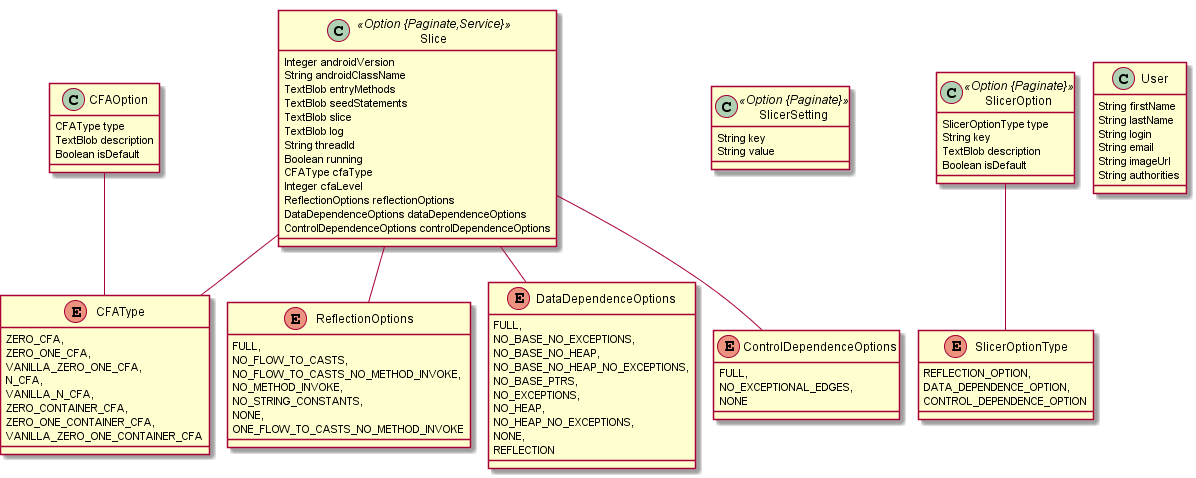
Before: AndroidSlicer.png, a diagram exported from PlantUML (BitFlipp3r/AndroidSlicer).
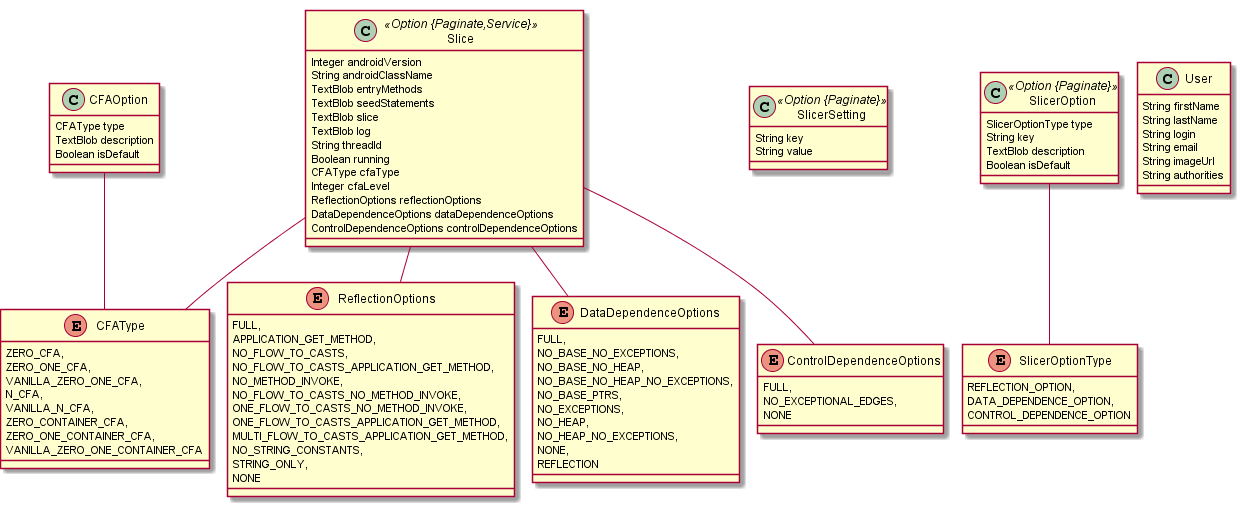
After the change.

Diff of the diagram source:
```diff
@@ -54,12 +54,17 @@
 	}
 	enum ReflectionOptions {
 		FULL,
+		APPLICATION_GET_METHOD,
 		NO_FLOW_TO_CASTS,
+		NO_FLOW_TO_CASTS_APPLICATION_GET_METHOD,
+		NO_METHOD_INVOKE,
 		NO_FLOW_TO_CASTS_NO_METHOD_INVOKE,
-		NO_METHOD_INVOKE,
+		ONE_FLOW_TO_CASTS_NO_METHOD_INVOKE,
+		ONE_FLOW_TO_CASTS_APPLICATION_GET_METHOD,
+		MULTI_FLOW_TO_CASTS_APPLICATION_GET_METHOD,
 		NO_STRING_CONSTANTS,
-		NONE,
-		ONE_FLOW_TO_CASTS_NO_METHOD_INVOKE
+		STRING_ONLY,
+		NONE
 	}
 	enum DataDependenceOptions {
 		FULL,
```
